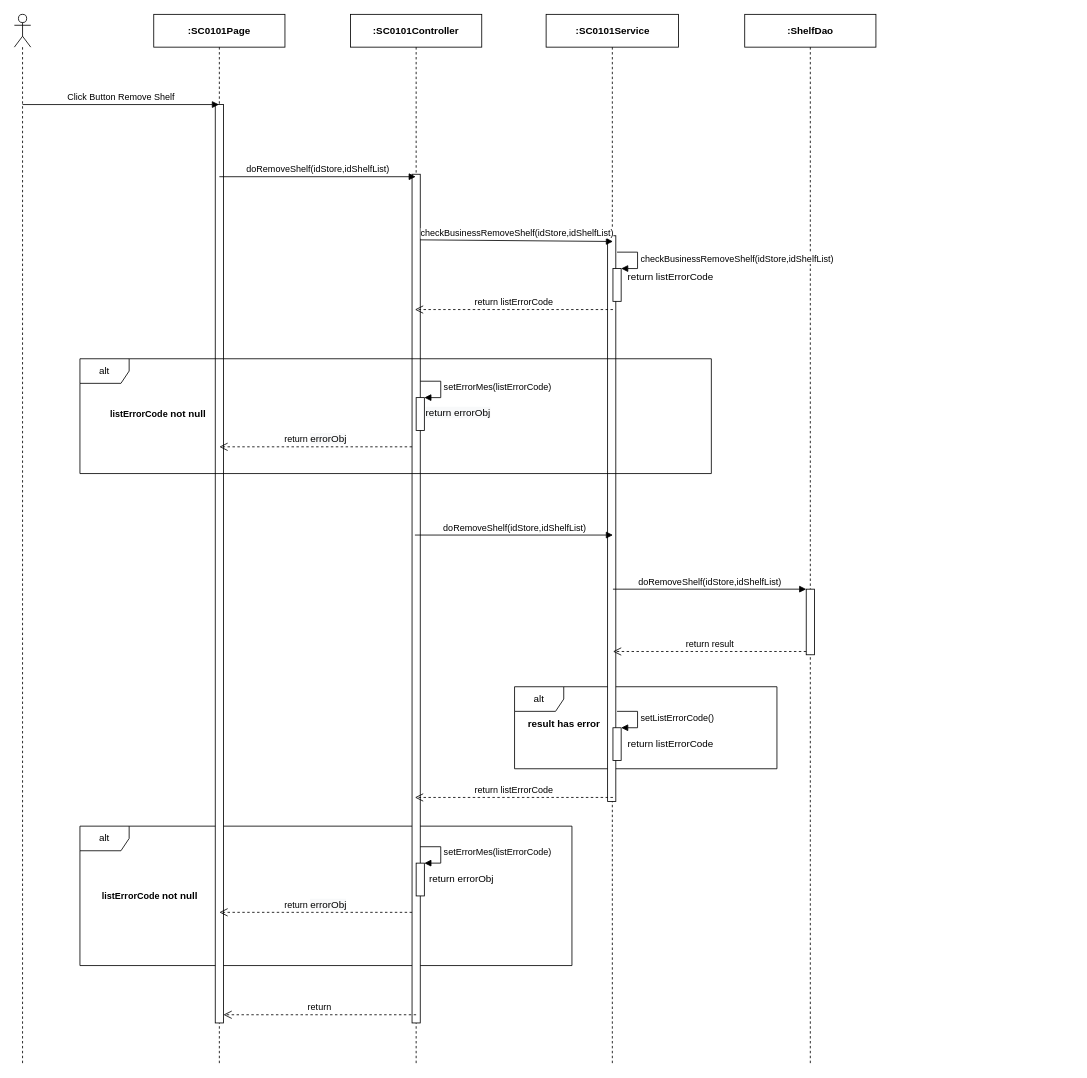
Before: page "Ev07" (7 of 7) of 1. Review/SEQ Diagram/sc01/SC0101_StoreDetail.drawio in luannmdev/CapstoneDocument, a draw.io diagram. Source tidied: cells renumbered, new cells numbered last; positions are measured from the earlier drawing's top-left corner, leaving out a move shared by most shapes. Both pictures are drawn from the tidied source at 82%, with x=0, y=0 at pixel (14, 14).
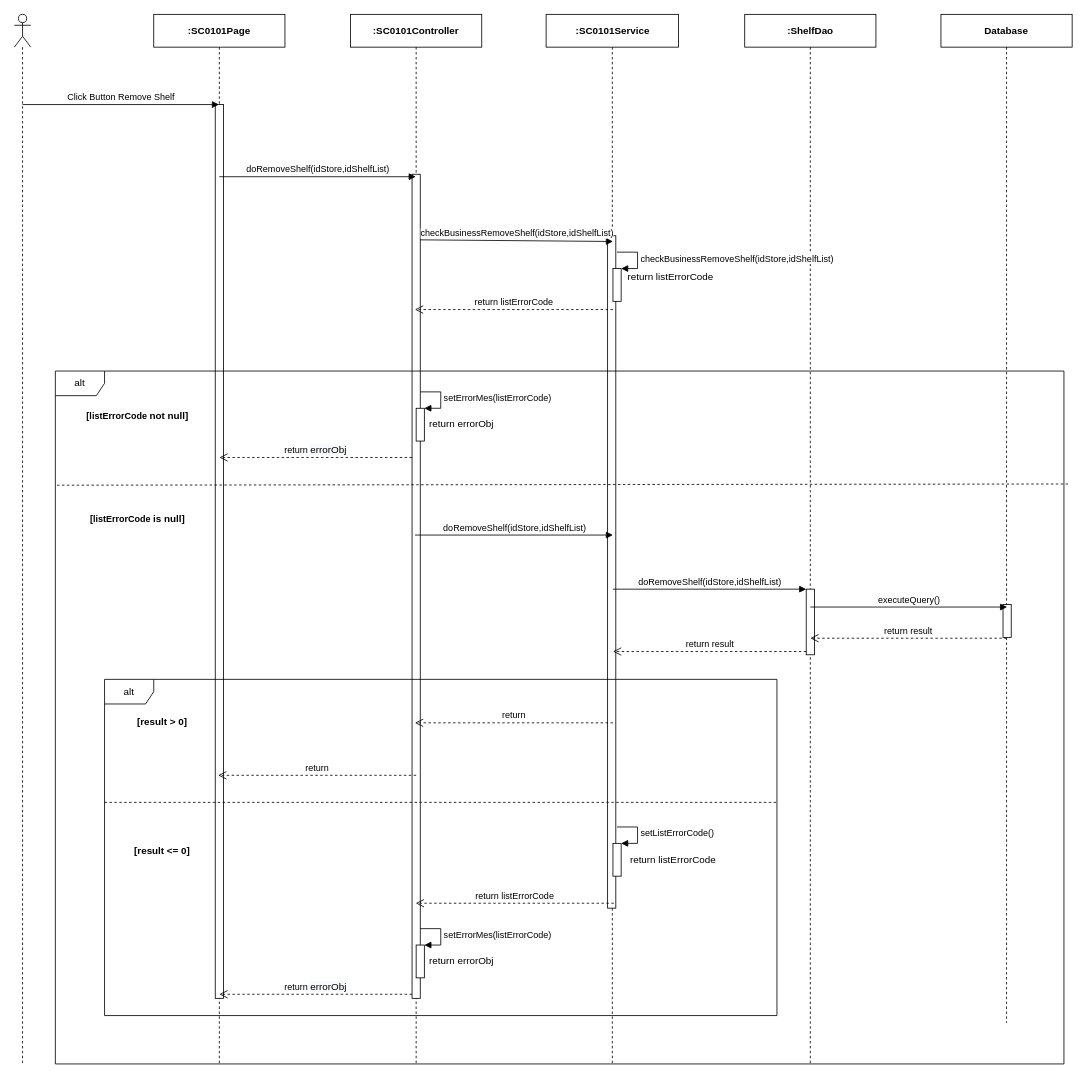
After the change.

Unchanged cells that the change refers to:
```xml
<mxCell id="5" value="&lt;b&gt;:SC0101Page&lt;/b&gt;" style="shape=umlLifeline;perimeter=lifelinePerimeter;whiteSpace=wrap;html=1;outlineConnect=0;" parent="1" vertex="1">
  <mxGeometry x="170" width="160" height="1280" as="geometry" />
</mxCell>
<mxCell id="8" value="&lt;b&gt;:&lt;/b&gt;&lt;b&gt;SC0101&lt;/b&gt;&lt;b&gt;Service&lt;/b&gt;" style="shape=umlLifeline;perimeter=lifelinePerimeter;whiteSpace=wrap;html=1;" parent="1" vertex="1">
  <mxGeometry x="648.5" width="161.5" height="1280" as="geometry" />
</mxCell>
<mxCell id="10" value="&lt;b&gt;:SC0101Controller&lt;/b&gt;" style="shape=umlLifeline;perimeter=lifelinePerimeter;whiteSpace=wrap;html=1;" parent="1" vertex="1">
  <mxGeometry x="410" width="160" height="1280" as="geometry" />
</mxCell>
```

Diff of the diagram source:
```diff
@@
-    <mxCell id="2" value="alt" style="shape=umlFrame;whiteSpace=wrap;html=1;" parent="1" vertex="1">
-      <mxGeometry x="610" y="820" width="320" height="100" as="geometry" />
-    </mxCell>
-    <mxCell id="3" value="alt" style="shape=umlFrame;whiteSpace=wrap;html=1;" parent="1" vertex="1">
-      <mxGeometry x="80" y="990" width="600" height="170" as="geometry" />
-    </mxCell>
@@
     <mxCell id="6" style="html=1;perimeter=orthogonalPerimeter;" parent="5" vertex="1">
-      <mxGeometry x="75" y="110" width="10" height="1120" as="geometry" />
+      <mxGeometry x="75" y="110" width="10" height="1090" as="geometry" />
     </mxCell>
@@
     <mxCell id="9" style="html=1;perimeter=orthogonalPerimeter;" parent="8" vertex="1">
-      <mxGeometry x="75" y="270" width="10" height="690" as="geometry" />
+      <mxGeometry x="75" y="270" width="10" height="820" as="geometry" />
     </mxCell>
@@
     <mxCell id="11" style="html=1;perimeter=orthogonalPerimeter;" parent="10" vertex="1">
-      <mxGeometry x="75" y="195" width="10" height="1035" as="geometry" />
+      <mxGeometry x="75" y="195" width="10" height="1005" as="geometry" />
     </mxCell>
@@
-    <mxCell id="23" value="return" style="html=1;verticalAlign=bottom;endArrow=open;dashed=1;endSize=8;" parent="1" edge="1">
-      <mxGeometry relative="1" as="geometry">
-        <mxPoint x="490" y="1220" as="sourcePoint" />
-        <mxPoint x="255" y="1220" as="targetPoint" />
-      </mxGeometry>
-    </mxCell>
-    <mxCell id="24" value="alt" style="shape=umlFrame;whiteSpace=wrap;html=1;" parent="1" vertex="1">
-      <mxGeometry x="80" y="420" width="770" height="140" as="geometry" />
-    </mxCell>
-    <mxCell id="25" value="&lt;b&gt;&lt;span style=&quot;font-size: 11px ; background-color: rgb(255 , 255 , 255)&quot;&gt;listErrorCode&amp;nbsp;&lt;/span&gt;not null&lt;/b&gt;" style="text;html=1;align=center;verticalAlign=middle;" parent="1" vertex="1">
-      <mxGeometry x="110" y="477.4" width="130" height="20" as="geometry" />
-    </mxCell>
-    <mxCell id="26" style="html=1;points=[];perimeter=orthogonalPerimeter;" parent="1" vertex="1">
-      <mxGeometry x="490" y="467.4" width="10" height="40" as="geometry" />
-    </mxCell>
-    <mxCell id="27" value="setErrorMes(listErrorCode)" style="edgeStyle=orthogonalEdgeStyle;html=1;align=left;spacingLeft=2;endArrow=block;rounded=0;entryX=1;entryY=0;" parent="1" edge="1" target="26">
-      <mxGeometry relative="1" as="geometry">
-        <mxPoint x="495" y="447.4" as="sourcePoint" />
-        <Array as="points">
-          <mxPoint x="520" y="447.4" />
-        </Array>
-      </mxGeometry>
-    </mxCell>
-    <mxCell id="28" value="return&amp;nbsp;&lt;span style=&quot;font-size: 12px ; background-color: rgb(248 , 249 , 250)&quot;&gt;errorObj&lt;/span&gt;" style="html=1;verticalAlign=bottom;endArrow=open;dashed=1;endSize=8;" parent="1" edge="1">
-      <mxGeometry relative="1" as="geometry">
-        <mxPoint x="485" y="527.4" as="sourcePoint" />
-        <mxPoint x="250" y="527.4" as="targetPoint" />
-      </mxGeometry>
-    </mxCell>
-    <mxCell id="29" value="&lt;span style=&quot;color: rgb(0, 0, 0); font-family: helvetica; font-size: 12px; font-style: normal; font-weight: 400; letter-spacing: normal; text-align: center; text-indent: 0px; text-transform: none; word-spacing: 0px; background-color: rgb(248, 249, 250); display: inline; float: none;&quot;&gt;return errorObj&lt;/span&gt;" style="text;whiteSpace=wrap;html=1;" parent="1" vertex="1">
-      <mxGeometry x="500" y="472.4" width="100" height="30" as="geometry" />
-    </mxCell>
-    <mxCell id="30" value="result has error" style="text;html=1;align=center;verticalAlign=middle;fontStyle=1;" parent="1" vertex="1">
-      <mxGeometry x="620" y="855" width="100" height="20" as="geometry" />
-    </mxCell>
-    <mxCell id="31" style="html=1;points=[];perimeter=orthogonalPerimeter;" parent="1" vertex="1">
-      <mxGeometry x="730" y="870" width="10" height="40" as="geometry" />
-    </mxCell>
+    <mxCell id="40" value="alt" style="shape=umlFrame;whiteSpace=wrap;html=1;" parent="1" vertex="1">
+      <mxGeometry x="50" y="435" width="1230" height="845" as="geometry" />
+    </mxCell>
+    <mxCell id="41" value="&lt;b&gt;&lt;span style=&quot;font-size: 11px ; background-color: rgb(255 , 255 , 255)&quot;&gt;[listErrorCode&amp;nbsp;&lt;/span&gt;not null]&lt;/b&gt;" style="text;html=1;align=center;verticalAlign=middle;" parent="1" vertex="1">
+      <mxGeometry x="80" y="480.4" width="140" height="20" as="geometry" />
+    </mxCell>
+    <mxCell id="42" style="html=1;points=[];perimeter=orthogonalPerimeter;" parent="1" vertex="1">
+      <mxGeometry x="490" y="480.4" width="10" height="40" as="geometry" />
+    </mxCell>
+    <mxCell id="43" value="setErrorMes(listErrorCode)" style="edgeStyle=orthogonalEdgeStyle;html=1;align=left;spacingLeft=2;endArrow=block;rounded=0;entryX=1;entryY=0;" parent="1" edge="1" target="42">
+      <mxGeometry relative="1" as="geometry">
+        <mxPoint x="495" y="460.4" as="sourcePoint" />
+        <Array as="points">
+          <mxPoint x="520" y="460.4" />
+        </Array>
+      </mxGeometry>
+    </mxCell>
+    <mxCell id="44" value="return&amp;nbsp;&lt;span style=&quot;font-size: 12px ; background-color: rgb(248 , 249 , 250)&quot;&gt;errorObj&lt;/span&gt;" style="html=1;verticalAlign=bottom;endArrow=open;dashed=1;endSize=8;" parent="1" edge="1">
+      <mxGeometry relative="1" as="geometry">
+        <mxPoint x="485" y="540.4" as="sourcePoint" />
+        <mxPoint x="250" y="540.4" as="targetPoint" />
+      </mxGeometry>
+    </mxCell>
+    <mxCell id="45" value="return errorObj" style="text;html=1;align=center;verticalAlign=middle;" parent="1" vertex="1">
+      <mxGeometry x="500" y="490.4" width="90" height="20" as="geometry" />
+    </mxCell>
+    <mxCell id="46" style="endArrow=none;dashed=1;html=1;exitX=0.002;exitY=0.144;exitDx=0;exitDy=0;exitPerimeter=0;entryX=1.004;entryY=0.163;entryDx=0;entryDy=0;entryPerimeter=0;" parent="1" edge="1" target="40">
+      <mxGeometry relative="1" as="geometry">
+        <mxPoint x="52.1" y="574.2" as="sourcePoint" />
+      </mxGeometry>
+    </mxCell>
+    <mxCell id="47" value="&lt;b&gt;&lt;span style=&quot;font-size: 11px ; background-color: rgb(255 , 255 , 255)&quot;&gt;[listErrorCode&amp;nbsp;&lt;/span&gt;is null]&lt;/b&gt;" style="text;html=1;align=center;verticalAlign=middle;" parent="1" vertex="1">
+      <mxGeometry x="85" y="605" width="130" height="20" as="geometry" />
+    </mxCell>
+    <mxCell id="48" value="alt" style="shape=umlFrame;whiteSpace=wrap;html=1;" parent="1" vertex="1">
+      <mxGeometry x="110" y="811" width="820" height="410" as="geometry" />
+    </mxCell>
+    <mxCell id="49" style="html=1;points=[];perimeter=orthogonalPerimeter;" parent="1" vertex="1">
+      <mxGeometry x="730" y="1011" width="10" height="40" as="geometry" />
+    </mxCell>
-    <mxCell id="32" value="setListErrorCode()" style="edgeStyle=orthogonalEdgeStyle;html=1;align=left;spacingLeft=2;endArrow=block;rounded=0;entryX=1;entryY=0;" parent="1" edge="1" target="31">
+    <mxCell id="32" value="setListErrorCode()" style="edgeStyle=orthogonalEdgeStyle;html=1;align=left;spacingLeft=2;endArrow=block;rounded=0;entryX=1;entryY=0;" parent="1" edge="1" target="49">
       <mxGeometry relative="1" as="geometry">
-        <mxPoint x="735" y="850" as="sourcePoint" />
+        <mxPoint x="735" y="991" as="sourcePoint" />
         <Array as="points">
-          <mxPoint x="760" y="850" />
+          <mxPoint x="760" y="991" />
         </Array>
       </mxGeometry>
     </mxCell>
     <mxCell id="33" value="return listErrorCode" style="text;html=1;align=center;verticalAlign=middle;" parent="1" vertex="1">
-      <mxGeometry x="740" y="880" width="120" height="20" as="geometry" />
+      <mxGeometry x="743" y="1021" width="120" height="20" as="geometry" />
     </mxCell>
-    <mxCell id="34" style="html=1;points=[];perimeter=orthogonalPerimeter;" parent="1" vertex="1">
-      <mxGeometry x="490" y="1035.1" width="10" height="40" as="geometry" />
-    </mxCell>
-    <mxCell id="35" value="setErrorMes(listErrorCode)" style="edgeStyle=orthogonalEdgeStyle;html=1;align=left;spacingLeft=2;endArrow=block;rounded=0;entryX=1;entryY=0;" parent="1" edge="1" target="34">
-      <mxGeometry relative="1" as="geometry">
-        <mxPoint x="495" y="1015.1" as="sourcePoint" />
-        <Array as="points">
-          <mxPoint x="520" y="1015.1" />
-        </Array>
-      </mxGeometry>
-    </mxCell>
-    <mxCell id="36" value="return&amp;nbsp;&lt;span style=&quot;font-size: 12px ; background-color: rgb(248 , 249 , 250)&quot;&gt;errorObj&lt;/span&gt;" style="html=1;verticalAlign=bottom;endArrow=open;dashed=1;endSize=8;" parent="1" edge="1">
-      <mxGeometry relative="1" as="geometry">
-        <mxPoint x="485" y="1095.1" as="sourcePoint" />
-        <mxPoint x="250" y="1095.1" as="targetPoint" />
-      </mxGeometry>
-    </mxCell>
-    <mxCell id="37" value="return errorObj" style="text;html=1;align=center;verticalAlign=middle;" parent="1" vertex="1">
-      <mxGeometry x="500" y="1045.1" width="90" height="20" as="geometry" />
-    </mxCell>
     <mxCell id="38" value="return listErrorCode" style="html=1;verticalAlign=bottom;endArrow=open;dashed=1;endSize=8;" parent="1" edge="1">
       <mxGeometry relative="1" as="geometry">
-        <mxPoint x="730" y="955" as="sourcePoint" />
-        <mxPoint x="488.5" y="955" as="targetPoint" />
+        <mxPoint x="731" y="1084" as="sourcePoint" />
+        <mxPoint x="489.5" y="1084" as="targetPoint" />
       </mxGeometry>
     </mxCell>
-    <mxCell id="39" value="&lt;b&gt;&lt;span style=&quot;font-size: 11px ; background-color: rgb(255 , 255 , 255)&quot;&gt;listErrorCode&amp;nbsp;&lt;/span&gt;not null&lt;/b&gt;" style="text;html=1;align=center;verticalAlign=middle;" parent="1" vertex="1">
-      <mxGeometry x="100" y="1065" width="130" height="20" as="geometry" />
-    </mxCell>
+    <mxCell id="50" style="html=1;points=[];perimeter=orthogonalPerimeter;" parent="1" vertex="1">
+      <mxGeometry x="490" y="1135" width="10" height="40" as="geometry" />
+    </mxCell>
+    <mxCell id="51" value="setErrorMes(listErrorCode)" style="edgeStyle=orthogonalEdgeStyle;html=1;align=left;spacingLeft=2;endArrow=block;rounded=0;entryX=1;entryY=0;" parent="1" edge="1" target="50">
+      <mxGeometry relative="1" as="geometry">
+        <mxPoint x="495" y="1115" as="sourcePoint" />
+        <Array as="points">
+          <mxPoint x="520" y="1115" />
+        </Array>
+      </mxGeometry>
+    </mxCell>
+    <mxCell id="52" value="return&amp;nbsp;&lt;span style=&quot;font-size: 12px ; background-color: rgb(248 , 249 , 250)&quot;&gt;errorObj&lt;/span&gt;" style="html=1;verticalAlign=bottom;endArrow=open;dashed=1;endSize=8;" parent="1" edge="1">
+      <mxGeometry relative="1" as="geometry">
+        <mxPoint x="485" y="1195" as="sourcePoint" />
+        <mxPoint x="250" y="1195" as="targetPoint" />
+      </mxGeometry>
+    </mxCell>
+    <mxCell id="53" value="return errorObj" style="text;html=1;align=center;verticalAlign=middle;" parent="1" vertex="1">
+      <mxGeometry x="500" y="1145" width="90" height="20" as="geometry" />
+    </mxCell>
+    <mxCell id="54" value="[result &amp;gt; 0]" style="text;html=1;align=center;verticalAlign=middle;fontStyle=1;" parent="1" vertex="1">
+      <mxGeometry x="140" y="853" width="80" height="20" as="geometry" />
+    </mxCell>
+    <mxCell id="55" value="return" style="html=1;verticalAlign=bottom;endArrow=open;dashed=1;endSize=8;" parent="1" edge="1">
+      <mxGeometry relative="1" as="geometry">
+        <mxPoint x="730" y="864" as="sourcePoint" />
+        <mxPoint x="488.5" y="864" as="targetPoint" />
+      </mxGeometry>
+    </mxCell>
+    <mxCell id="56" style="endArrow=none;dashed=1;html=1;" parent="1" edge="1">
+      <mxGeometry relative="1" as="geometry">
+        <mxPoint x="110" y="961" as="sourcePoint" />
+        <mxPoint x="930" y="961" as="targetPoint" />
+      </mxGeometry>
+    </mxCell>
+    <mxCell id="57" value="[result &amp;lt;= 0]" style="text;html=1;align=center;verticalAlign=middle;fontStyle=1;" parent="1" vertex="1">
+      <mxGeometry x="140" y="1010" width="80" height="20" as="geometry" />
+    </mxCell>
+    <mxCell id="58" value="return" style="html=1;verticalAlign=bottom;endArrow=open;dashed=1;endSize=8;" parent="1" edge="1">
+      <mxGeometry relative="1" as="geometry">
+        <mxPoint x="490" y="928" as="sourcePoint" />
+        <mxPoint x="248.5" y="928" as="targetPoint" />
+      </mxGeometry>
+    </mxCell>
+    <mxCell id="59" value="&lt;b&gt;Database&lt;/b&gt;" style="shape=umlLifeline;perimeter=lifelinePerimeter;whiteSpace=wrap;html=1;" parent="1" vertex="1">
+      <mxGeometry x="1130" width="160" height="1230" as="geometry" />
+    </mxCell>
+    <mxCell id="60" style="html=1;perimeter=orthogonalPerimeter;" parent="59" vertex="1">
+      <mxGeometry x="75.7" y="719.8" width="10" height="40" as="geometry" />
+    </mxCell>
+    <mxCell id="61" value="executeQuery()" style="html=1;verticalAlign=bottom;endArrow=block;" parent="1" edge="1">
+      <mxGeometry relative="1" as="geometry">
+        <mxPoint x="970.7" y="722.8" as="sourcePoint" />
+        <mxPoint x="1210.7" y="722.8" as="targetPoint" />
+      </mxGeometry>
+    </mxCell>
+    <mxCell id="62" value="return result" style="html=1;verticalAlign=bottom;endArrow=open;dashed=1;endSize=8;" parent="1" edge="1">
+      <mxGeometry relative="1" as="geometry">
+        <mxPoint x="1210.2" y="760.8" as="sourcePoint" />
+        <mxPoint x="970.7" y="760.8" as="targetPoint" />
+      </mxGeometry>
+    </mxCell>
```
